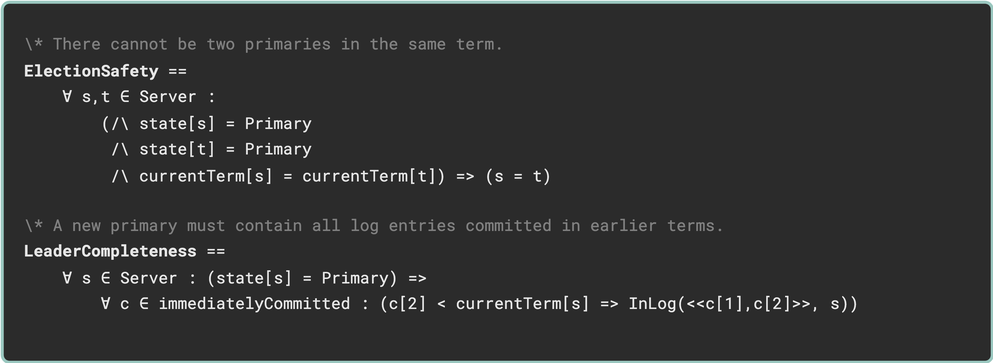
This is traces/traces-snippet-0-safety-props.drawio.png from will62794/reconfig-traces, a draw.io export, as it was before one commit. Source tidied: cells renumbered, new cells last; positions are measured from the earlier drawing's top-left corner, leaving out a move shared by most shapes. Source of this version:
```xml
<mxGraphModel>
  <root>
    <mxCell id="0" />
    <mxCell id="1" parent="0" />
    <mxCell id="2" value="&lt;span style=&quot;&quot; id=&quot;docs-internal-guid-955c089a-7fff-785c-a062-aca5ab7f73e9&quot;&gt;&lt;font style=&quot;&quot;&gt;&lt;p dir=&quot;ltr&quot; style=&quot;font-weight: normal; line-height: 1.38; margin-top: 0pt; margin-bottom: 0pt;&quot;&gt;&lt;span style=&quot;background-color: transparent; color: rgb(128, 128, 128); font-family: &amp;quot;Roboto Mono&amp;quot;, monospace; font-size: 8pt; white-space-collapse: preserve;&quot;&gt;\* There cannot be two primaries in the same term.&lt;/span&gt;&lt;/p&gt;&lt;p style=&quot;line-height: 1.38; margin-top: 0pt; margin-bottom: 0pt; color: rgb(230, 230, 230);&quot; dir=&quot;ltr&quot;&gt;&lt;font face=&quot;Roboto Mono, monospace&quot; color=&quot;#e6e6e6&quot;&gt;&lt;span style=&quot;font-size: 10.6667px; white-space-collapse: preserve;&quot;&gt;&lt;b&gt;ElectionSafety&lt;/b&gt; ==&amp;nbsp;&lt;/span&gt;&lt;/font&gt;&lt;/p&gt;&lt;p style=&quot;line-height: 1.38; margin-top: 0pt; margin-bottom: 0pt; color: rgb(230, 230, 230);&quot; dir=&quot;ltr&quot;&gt;&lt;font face=&quot;Roboto Mono, monospace&quot; color=&quot;#e6e6e6&quot;&gt;&lt;span style=&quot;font-size: 10.6667px; white-space-collapse: preserve;&quot;&gt;&amp;nbsp; &amp;nbsp; &lt;/span&gt;&lt;/font&gt;&lt;span style=&quot;background-color: transparent; font-size: 10.6667px; white-space-collapse: preserve;&quot;&gt;&lt;font face=&quot;Roboto Mono, monospace&quot; color=&quot;#e6e6e6&quot;&gt;∀&lt;/font&gt;&lt;/span&gt;&lt;span style=&quot;color: rgb(230, 230, 230); font-size: 10.6667px; white-space-collapse: preserve; font-family: &amp;quot;Roboto Mono&amp;quot;, monospace; background-color: transparent;&quot;&gt; s,t &lt;/span&gt;&lt;span style=&quot;font-family: &amp;quot;Roboto Mono&amp;quot;, monospace; font-size: 10.6667px; white-space-collapse: preserve; background-color: transparent;&quot;&gt;∈&lt;/span&gt;&lt;span style=&quot;background-color: transparent; font-family: &amp;quot;Roboto Mono&amp;quot;, monospace; font-size: 10.6667px; white-space-collapse: preserve;&quot;&gt; Server :&lt;/span&gt;&lt;/p&gt;&lt;p style=&quot;line-height: 1.38; margin-top: 0pt; margin-bottom: 0pt; color: rgb(230, 230, 230);&quot; dir=&quot;ltr&quot;&gt;&lt;font face=&quot;Roboto Mono, monospace&quot; color=&quot;#e6e6e6&quot;&gt;&lt;span style=&quot;font-size: 10.6667px; white-space-collapse: preserve;&quot;&gt;&amp;nbsp; &amp;nbsp; &amp;nbsp; &amp;nbsp; (/\ state[s] = Primary&amp;nbsp;&lt;/span&gt;&lt;/font&gt;&lt;/p&gt;&lt;p style=&quot;line-height: 1.38; margin-top: 0pt; margin-bottom: 0pt; color: rgb(230, 230, 230);&quot; dir=&quot;ltr&quot;&gt;&lt;font face=&quot;Roboto Mono, monospace&quot; color=&quot;#e6e6e6&quot;&gt;&lt;span style=&quot;font-size: 10.6667px; white-space-collapse: preserve;&quot;&gt;&amp;nbsp; &amp;nbsp; &amp;nbsp; &amp;nbsp; &amp;nbsp;/\ state[t] = Primary&lt;/span&gt;&lt;/font&gt;&lt;/p&gt;&lt;p style=&quot;line-height: 1.38; margin-top: 0pt; margin-bottom: 0pt; color: rgb(230, 230, 230);&quot; dir=&quot;ltr&quot;&gt;&lt;span style=&quot;font-size: 10.6667px; white-space-collapse: preserve;&quot;&gt;&lt;font face=&quot;Roboto Mono, monospace&quot; color=&quot;#e6e6e6&quot;&gt;&lt;/font&gt;&lt;/span&gt;&lt;/p&gt;&lt;p style=&quot;line-height: 1.38; margin-top: 0pt; margin-bottom: 0pt; color: rgb(230, 230, 230);&quot; dir=&quot;ltr&quot;&gt;&lt;font face=&quot;Roboto Mono, monospace&quot; color=&quot;#e6e6e6&quot;&gt;&lt;span style=&quot;font-size: 10.6667px; white-space-collapse: preserve;&quot;&gt;&amp;nbsp; &amp;nbsp; &amp;nbsp; &amp;nbsp; &amp;nbsp;/\ currentTerm[s] = currentTerm[t]) =&amp;gt; (s = t)&lt;/span&gt;&lt;/font&gt;&lt;/p&gt;&lt;p style=&quot;line-height: 1.38; margin-top: 0pt; margin-bottom: 0pt; color: rgb(230, 230, 230);&quot; dir=&quot;ltr&quot;&gt;&lt;br&gt;&lt;/p&gt;&lt;p style=&quot;line-height: 1.38; margin-top: 0pt; margin-bottom: 0pt;&quot; dir=&quot;ltr&quot;&gt;&lt;span style=&quot;color: rgb(128, 128, 128); background-color: transparent; font-family: &amp;quot;Roboto Mono&amp;quot;, monospace; font-size: 8pt; white-space-collapse: preserve;&quot;&gt;\* A new primary must contain all log entries committed in earlier terms.&lt;/span&gt;&lt;/p&gt;&lt;p style=&quot;line-height: 1.38; margin-top: 0pt; margin-bottom: 0pt; color: rgb(230, 230, 230);&quot; dir=&quot;ltr&quot;&gt;&lt;font face=&quot;Roboto Mono, monospace&quot; color=&quot;#e6e6e6&quot;&gt;&lt;span style=&quot;font-size: 10.6667px; white-space-collapse: preserve;&quot;&gt;&lt;b&gt;LeaderCompleteness&lt;/b&gt; == &lt;br&gt;    &lt;/span&gt;&lt;/font&gt;&lt;span style=&quot;background-color: transparent; font-size: 10.6667px; white-space-collapse: preserve;&quot;&gt;&lt;font face=&quot;Roboto Mono, monospace&quot; color=&quot;#e6e6e6&quot;&gt;∀&lt;/font&gt;&lt;/span&gt;&lt;span style=&quot;color: rgb(230, 230, 230); font-size: 10.6667px; white-space-collapse: preserve; font-family: &amp;quot;Roboto Mono&amp;quot;, monospace; background-color: transparent;&quot;&gt; s &lt;/span&gt;&lt;span style=&quot;font-family: &amp;quot;Roboto Mono&amp;quot;, monospace; font-size: 10.6667px; white-space-collapse: preserve; background-color: transparent;&quot;&gt;∈&lt;/span&gt;&lt;span style=&quot;background-color: transparent; font-family: &amp;quot;Roboto Mono&amp;quot;, monospace; font-size: 10.6667px; white-space-collapse: preserve;&quot;&gt; Server : (state[s] = Primary) =&amp;gt; &lt;/span&gt;&lt;/p&gt;&lt;p style=&quot;line-height: 1.38; margin-top: 0pt; margin-bottom: 0pt; color: rgb(230, 230, 230);&quot; dir=&quot;ltr&quot;&gt;&lt;font face=&quot;Roboto Mono, monospace&quot; color=&quot;#e6e6e6&quot;&gt;&lt;span style=&quot;font-size: 10.6667px; white-space-collapse: preserve;&quot;&gt;        &lt;/span&gt;&lt;/font&gt;&lt;span style=&quot;background-color: transparent; font-size: 10.6667px; white-space-collapse: preserve;&quot;&gt;&lt;font face=&quot;Roboto Mono, monospace&quot; color=&quot;#e6e6e6&quot;&gt;∀&lt;/font&gt;&lt;/span&gt;&lt;span style=&quot;color: rgb(230, 230, 230); font-size: 10.6667px; white-space-collapse: preserve; font-family: &amp;quot;Roboto Mono&amp;quot;, monospace; background-color: transparent;&quot;&gt; c ∈ immediatelyCommitted : (c[2] &amp;lt; currentTerm[s] =&amp;gt; InLog(&amp;lt;&amp;lt;c[1],c[2]&amp;gt;&amp;gt;, s))&lt;/span&gt;&lt;/p&gt;&lt;/font&gt;&lt;/span&gt;" style="text;whiteSpace=wrap;html=1;fillColor=light-dark(#2B2B2B,#282A35);perimeterSpacing=0;strokeColor=#9AC7BF;strokeWidth=2;rounded=1;arcSize=2;spacingLeft=0;spacing=15;" parent="1" vertex="1">
      <mxGeometry width="660" height="240" as="geometry" />
    </mxCell>
  </root>
</mxGraphModel>
```
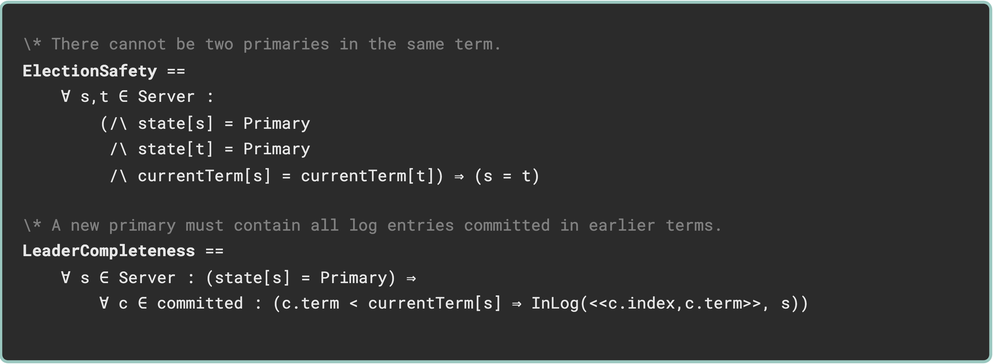
After the change.

The edit, as a diff of the source:
```diff
@@ -2,7 +2,7 @@
   <root>
     <mxCell id="0" />
     <mxCell id="1" parent="0" />
-    <mxCell id="2" value="&lt;span style=&quot;&quot; id=&quot;docs-internal-guid-955c089a-7fff-785c-a062-aca5ab7f73e9&quot;&gt;&lt;font style=&quot;&quot;&gt;&lt;p dir=&quot;ltr&quot; style=&quot;font-weight: normal; line-height: 1.38; margin-top: 0pt; margin-bottom: 0pt;&quot;&gt;&lt;span style=&quot;background-color: transparent; color: rgb(128, 128, 128); font-family: &amp;quot;Roboto Mono&amp;quot;, monospace; font-size: 8pt; white-space-collapse: preserve;&quot;&gt;\* There cannot be two primaries in the same term.&lt;/span&gt;&lt;/p&gt;&lt;p style=&quot;line-height: 1.38; margin-top: 0pt; margin-bottom: 0pt; color: rgb(230, 230, 230);&quot; dir=&quot;ltr&quot;&gt;&lt;font face=&quot;Roboto Mono, monospace&quot; color=&quot;#e6e6e6&quot;&gt;&lt;span style=&quot;font-size: 10.6667px; white-space-collapse: preserve;&quot;&gt;&lt;b&gt;ElectionSafety&lt;/b&gt; ==&amp;nbsp;&lt;/span&gt;&lt;/font&gt;&lt;/p&gt;&lt;p style=&quot;line-height: 1.38; margin-top: 0pt; margin-bottom: 0pt; color: rgb(230, 230, 230);&quot; dir=&quot;ltr&quot;&gt;&lt;font face=&quot;Roboto Mono, monospace&quot; color=&quot;#e6e6e6&quot;&gt;&lt;span style=&quot;font-size: 10.6667px; white-space-collapse: preserve;&quot;&gt;&amp;nbsp; &amp;nbsp; &lt;/span&gt;&lt;/font&gt;&lt;span style=&quot;background-color: transparent; font-size: 10.6667px; white-space-collapse: preserve;&quot;&gt;&lt;font face=&quot;Roboto Mono, monospace&quot; color=&quot;#e6e6e6&quot;&gt;∀&lt;/font&gt;&lt;/span&gt;&lt;span style=&quot;color: rgb(230, 230, 230); font-size: 10.6667px; white-space-collapse: preserve; font-family: &amp;quot;Roboto Mono&amp;quot;, monospace; background-color: transparent;&quot;&gt; s,t &lt;/span&gt;&lt;span style=&quot;font-family: &amp;quot;Roboto Mono&amp;quot;, monospace; font-size: 10.6667px; white-space-collapse: preserve; background-color: transparent;&quot;&gt;∈&lt;/span&gt;&lt;span style=&quot;background-color: transparent; font-family: &amp;quot;Roboto Mono&amp;quot;, monospace; font-size: 10.6667px; white-space-collapse: preserve;&quot;&gt; Server :&lt;/span&gt;&lt;/p&gt;&lt;p style=&quot;line-height: 1.38; margin-top: 0pt; margin-bottom: 0pt; color: rgb(230, 230, 230);&quot; dir=&quot;ltr&quot;&gt;&lt;font face=&quot;Roboto Mono, monospace&quot; color=&quot;#e6e6e6&quot;&gt;&lt;span style=&quot;font-size: 10.6667px; white-space-collapse: preserve;&quot;&gt;&amp;nbsp; &amp;nbsp; &amp;nbsp; &amp;nbsp; (/\ state[s] = Primary&amp;nbsp;&lt;/span&gt;&lt;/font&gt;&lt;/p&gt;&lt;p style=&quot;line-height: 1.38; margin-top: 0pt; margin-bottom: 0pt; color: rgb(230, 230, 230);&quot; dir=&quot;ltr&quot;&gt;&lt;font face=&quot;Roboto Mono, monospace&quot; color=&quot;#e6e6e6&quot;&gt;&lt;span style=&quot;font-size: 10.6667px; white-space-collapse: preserve;&quot;&gt;&amp;nbsp; &amp;nbsp; &amp;nbsp; &amp;nbsp; &amp;nbsp;/\ state[t] = Primary&lt;/span&gt;&lt;/font&gt;&lt;/p&gt;&lt;p style=&quot;line-height: 1.38; margin-top: 0pt; margin-bottom: 0pt; color: rgb(230, 230, 230);&quot; dir=&quot;ltr&quot;&gt;&lt;span style=&quot;font-size: 10.6667px; white-space-collapse: preserve;&quot;&gt;&lt;font face=&quot;Roboto Mono, monospace&quot; color=&quot;#e6e6e6&quot;&gt;&lt;/font&gt;&lt;/span&gt;&lt;/p&gt;&lt;p style=&quot;line-height: 1.38; margin-top: 0pt; margin-bottom: 0pt; color: rgb(230, 230, 230);&quot; dir=&quot;ltr&quot;&gt;&lt;font face=&quot;Roboto Mono, monospace&quot; color=&quot;#e6e6e6&quot;&gt;&lt;span style=&quot;font-size: 10.6667px; white-space-collapse: preserve;&quot;&gt;&amp;nbsp; &amp;nbsp; &amp;nbsp; &amp;nbsp; &amp;nbsp;/\ currentTerm[s] = currentTerm[t]) =&amp;gt; (s = t)&lt;/span&gt;&lt;/font&gt;&lt;/p&gt;&lt;p style=&quot;line-height: 1.38; margin-top: 0pt; margin-bottom: 0pt; color: rgb(230, 230, 230);&quot; dir=&quot;ltr&quot;&gt;&lt;br&gt;&lt;/p&gt;&lt;p style=&quot;line-height: 1.38; margin-top: 0pt; margin-bottom: 0pt;&quot; dir=&quot;ltr&quot;&gt;&lt;span style=&quot;color: rgb(128, 128, 128); background-color: transparent; font-family: &amp;quot;Roboto Mono&amp;quot;, monospace; font-size: 8pt; white-space-collapse: preserve;&quot;&gt;\* A new primary must contain all log entries committed in earlier terms.&lt;/span&gt;&lt;/p&gt;&lt;p style=&quot;line-height: 1.38; margin-top: 0pt; margin-bottom: 0pt; color: rgb(230, 230, 230);&quot; dir=&quot;ltr&quot;&gt;&lt;font face=&quot;Roboto Mono, monospace&quot; color=&quot;#e6e6e6&quot;&gt;&lt;span style=&quot;font-size: 10.6667px; white-space-collapse: preserve;&quot;&gt;&lt;b&gt;LeaderCompleteness&lt;/b&gt; == &lt;br&gt;    &lt;/span&gt;&lt;/font&gt;&lt;span style=&quot;background-color: transparent; font-size: 10.6667px; white-space-collapse: preserve;&quot;&gt;&lt;font face=&quot;Roboto Mono, monospace&quot; color=&quot;#e6e6e6&quot;&gt;∀&lt;/font&gt;&lt;/span&gt;&lt;span style=&quot;color: rgb(230, 230, 230); font-size: 10.6667px; white-space-collapse: preserve; font-family: &amp;quot;Roboto Mono&amp;quot;, monospace; background-color: transparent;&quot;&gt; s &lt;/span&gt;&lt;span style=&quot;font-family: &amp;quot;Roboto Mono&amp;quot;, monospace; font-size: 10.6667px; white-space-collapse: preserve; background-color: transparent;&quot;&gt;∈&lt;/span&gt;&lt;span style=&quot;background-color: transparent; font-family: &amp;quot;Roboto Mono&amp;quot;, monospace; font-size: 10.6667px; white-space-collapse: preserve;&quot;&gt; Server : (state[s] = Primary) =&amp;gt; &lt;/span&gt;&lt;/p&gt;&lt;p style=&quot;line-height: 1.38; margin-top: 0pt; margin-bottom: 0pt; color: rgb(230, 230, 230);&quot; dir=&quot;ltr&quot;&gt;&lt;font face=&quot;Roboto Mono, monospace&quot; color=&quot;#e6e6e6&quot;&gt;&lt;span style=&quot;font-size: 10.6667px; white-space-collapse: preserve;&quot;&gt;        &lt;/span&gt;&lt;/font&gt;&lt;span style=&quot;background-color: transparent; font-size: 10.6667px; white-space-collapse: preserve;&quot;&gt;&lt;font face=&quot;Roboto Mono, monospace&quot; color=&quot;#e6e6e6&quot;&gt;∀&lt;/font&gt;&lt;/span&gt;&lt;span style=&quot;color: rgb(230, 230, 230); font-size: 10.6667px; white-space-collapse: preserve; font-family: &amp;quot;Roboto Mono&amp;quot;, monospace; background-color: transparent;&quot;&gt; c ∈ immediatelyCommitted : (c[2] &amp;lt; currentTerm[s] =&amp;gt; InLog(&amp;lt;&amp;lt;c[1],c[2]&amp;gt;&amp;gt;, s))&lt;/span&gt;&lt;/p&gt;&lt;/font&gt;&lt;/span&gt;" style="text;whiteSpace=wrap;html=1;fillColor=light-dark(#2B2B2B,#282A35);perimeterSpacing=0;strokeColor=#9AC7BF;strokeWidth=2;rounded=1;arcSize=2;spacingLeft=0;spacing=15;" parent="1" vertex="1">
+    <mxCell id="2" value="&lt;span style=&quot;&quot; id=&quot;docs-internal-guid-955c089a-7fff-785c-a062-aca5ab7f73e9&quot;&gt;&lt;font style=&quot;&quot;&gt;&lt;p dir=&quot;ltr&quot; style=&quot;font-weight: normal; line-height: 1.38; margin-top: 0pt; margin-bottom: 0pt;&quot;&gt;&lt;span style=&quot;background-color: transparent; color: rgb(128, 128, 128); font-family: &amp;quot;Roboto Mono&amp;quot;, monospace; font-size: 8pt; white-space-collapse: preserve;&quot;&gt;\* There cannot be two primaries in the same term.&lt;/span&gt;&lt;/p&gt;&lt;p style=&quot;line-height: 1.38; margin-top: 0pt; margin-bottom: 0pt; color: rgb(230, 230, 230);&quot; dir=&quot;ltr&quot;&gt;&lt;font face=&quot;Roboto Mono, monospace&quot; color=&quot;#e6e6e6&quot;&gt;&lt;span style=&quot;font-size: 10.6667px; white-space-collapse: preserve;&quot;&gt;&lt;b&gt;ElectionSafety&lt;/b&gt; ==&amp;nbsp;&lt;/span&gt;&lt;/font&gt;&lt;/p&gt;&lt;p style=&quot;line-height: 1.38; margin-top: 0pt; margin-bottom: 0pt; color: rgb(230, 230, 230);&quot; dir=&quot;ltr&quot;&gt;&lt;font face=&quot;Roboto Mono, monospace&quot; color=&quot;#e6e6e6&quot;&gt;&lt;span style=&quot;font-size: 10.6667px; white-space-collapse: preserve;&quot;&gt;&amp;nbsp; &amp;nbsp; &lt;/span&gt;&lt;/font&gt;&lt;span style=&quot;background-color: transparent; font-size: 10.6667px; white-space-collapse: preserve;&quot;&gt;&lt;font face=&quot;Roboto Mono, monospace&quot; color=&quot;#e6e6e6&quot;&gt;∀&lt;/font&gt;&lt;/span&gt;&lt;span style=&quot;color: rgb(230, 230, 230); font-size: 10.6667px; white-space-collapse: preserve; font-family: &amp;quot;Roboto Mono&amp;quot;, monospace; background-color: transparent;&quot;&gt; s,t &lt;/span&gt;&lt;span style=&quot;font-family: &amp;quot;Roboto Mono&amp;quot;, monospace; font-size: 10.6667px; white-space-collapse: preserve; background-color: transparent;&quot;&gt;∈&lt;/span&gt;&lt;span style=&quot;background-color: transparent; font-family: &amp;quot;Roboto Mono&amp;quot;, monospace; font-size: 10.6667px; white-space-collapse: preserve;&quot;&gt; Server :&lt;/span&gt;&lt;/p&gt;&lt;p style=&quot;line-height: 1.38; margin-top: 0pt; margin-bottom: 0pt; color: rgb(230, 230, 230);&quot; dir=&quot;ltr&quot;&gt;&lt;font face=&quot;Roboto Mono, monospace&quot; color=&quot;#e6e6e6&quot;&gt;&lt;span style=&quot;font-size: 10.6667px; white-space-collapse: preserve;&quot;&gt;&amp;nbsp; &amp;nbsp; &amp;nbsp; &amp;nbsp; (/\ state[s] = Primary&amp;nbsp;&lt;/span&gt;&lt;/font&gt;&lt;/p&gt;&lt;p style=&quot;line-height: 1.38; margin-top: 0pt; margin-bottom: 0pt; color: rgb(230, 230, 230);&quot; dir=&quot;ltr&quot;&gt;&lt;font face=&quot;Roboto Mono, monospace&quot; color=&quot;#e6e6e6&quot;&gt;&lt;span style=&quot;font-size: 10.6667px; white-space-collapse: preserve;&quot;&gt;&amp;nbsp; &amp;nbsp; &amp;nbsp; &amp;nbsp; &amp;nbsp;/\ state[t] = Primary&lt;/span&gt;&lt;/font&gt;&lt;/p&gt;&lt;p style=&quot;line-height: 1.38; margin-top: 0pt; margin-bottom: 0pt; color: rgb(230, 230, 230);&quot; dir=&quot;ltr&quot;&gt;&lt;span style=&quot;font-size: 10.6667px; white-space-collapse: preserve;&quot;&gt;&lt;font face=&quot;Roboto Mono, monospace&quot; color=&quot;#e6e6e6&quot;&gt;&lt;/font&gt;&lt;/span&gt;&lt;/p&gt;&lt;p style=&quot;line-height: 1.38; margin-top: 0pt; margin-bottom: 0pt; color: rgb(230, 230, 230);&quot; dir=&quot;ltr&quot;&gt;&lt;font face=&quot;Roboto Mono, monospace&quot; color=&quot;#e6e6e6&quot;&gt;&lt;span style=&quot;font-size: 10.6667px; white-space-collapse: preserve;&quot;&gt;&amp;nbsp; &amp;nbsp; &amp;nbsp; &amp;nbsp; &amp;nbsp;/\ currentTerm[s] = currentTerm[t]) &lt;/span&gt;&lt;/font&gt;&lt;span style=&quot;background-color: transparent; font-size: 10.6667px; white-space-collapse: preserve;&quot;&gt;&lt;font face=&quot;Roboto Mono, monospace&quot; color=&quot;#e6e6e6&quot;&gt;⇒&lt;/font&gt;&lt;/span&gt;&lt;span style=&quot;color: rgb(230, 230, 230); font-size: 10.6667px; white-space-collapse: preserve; font-family: &amp;quot;Roboto Mono&amp;quot;, monospace; background-color: transparent;&quot;&gt; (s = t)&lt;/span&gt;&lt;/p&gt;&lt;p style=&quot;line-height: 1.38; margin-top: 0pt; margin-bottom: 0pt; color: rgb(230, 230, 230);&quot; dir=&quot;ltr&quot;&gt;&lt;br&gt;&lt;/p&gt;&lt;p style=&quot;line-height: 1.38; margin-top: 0pt; margin-bottom: 0pt;&quot; dir=&quot;ltr&quot;&gt;&lt;span style=&quot;color: rgb(128, 128, 128); background-color: transparent; font-family: &amp;quot;Roboto Mono&amp;quot;, monospace; font-size: 8pt; white-space-collapse: preserve;&quot;&gt;\* A new primary must contain all log entries committed in earlier terms.&lt;/span&gt;&lt;/p&gt;&lt;p style=&quot;line-height: 1.38; margin-top: 0pt; margin-bottom: 0pt; color: rgb(230, 230, 230);&quot; dir=&quot;ltr&quot;&gt;&lt;font face=&quot;Roboto Mono, monospace&quot; color=&quot;#e6e6e6&quot;&gt;&lt;span style=&quot;font-size: 10.6667px; white-space-collapse: preserve;&quot;&gt;&lt;b&gt;LeaderCompleteness&lt;/b&gt; == &lt;br&gt;    &lt;/span&gt;&lt;/font&gt;&lt;span style=&quot;background-color: transparent; font-size: 10.6667px; white-space-collapse: preserve;&quot;&gt;&lt;font face=&quot;Roboto Mono, monospace&quot; color=&quot;#e6e6e6&quot;&gt;∀&lt;/font&gt;&lt;/span&gt;&lt;span style=&quot;color: rgb(230, 230, 230); font-size: 10.6667px; white-space-collapse: preserve; font-family: &amp;quot;Roboto Mono&amp;quot;, monospace; background-color: transparent;&quot;&gt; s &lt;/span&gt;&lt;span style=&quot;font-family: &amp;quot;Roboto Mono&amp;quot;, monospace; font-size: 10.6667px; white-space-collapse: preserve; background-color: transparent;&quot;&gt;∈&lt;/span&gt;&lt;span style=&quot;background-color: transparent; font-family: &amp;quot;Roboto Mono&amp;quot;, monospace; font-size: 10.6667px; white-space-collapse: preserve;&quot;&gt; Server : (state[s] = Primary) &lt;/span&gt;&lt;span style=&quot;font-family: &amp;quot;Roboto Mono&amp;quot;, monospace; font-size: 10.6667px; white-space-collapse: preserve; background-color: transparent;&quot;&gt;⇒&lt;/span&gt;&lt;span style=&quot;background-color: transparent; font-family: &amp;quot;Roboto Mono&amp;quot;, monospace; font-size: 10.6667px; white-space-collapse: preserve;&quot;&gt; &lt;/span&gt;&lt;/p&gt;&lt;p style=&quot;line-height: 1.38; margin-top: 0pt; margin-bottom: 0pt; color: rgb(230, 230, 230);&quot; dir=&quot;ltr&quot;&gt;&lt;font face=&quot;Roboto Mono, monospace&quot; color=&quot;#e6e6e6&quot;&gt;&lt;span style=&quot;font-size: 10.6667px; white-space-collapse: preserve;&quot;&gt;        &lt;/span&gt;&lt;/font&gt;&lt;span style=&quot;background-color: transparent; font-size: 10.6667px; white-space-collapse: preserve;&quot;&gt;&lt;font face=&quot;Roboto Mono, monospace&quot; color=&quot;#e6e6e6&quot;&gt;∀&lt;/font&gt;&lt;/span&gt;&lt;span style=&quot;color: rgb(230, 230, 230); font-size: 10.6667px; white-space-collapse: preserve; font-family: &amp;quot;Roboto Mono&amp;quot;, monospace; background-color: transparent;&quot;&gt; c ∈ committed : (c.term &amp;lt; currentTerm[s] &lt;/span&gt;&lt;span style=&quot;font-family: &amp;quot;Roboto Mono&amp;quot;, monospace; font-size: 10.6667px; white-space-collapse: preserve; background-color: transparent;&quot;&gt;⇒&lt;/span&gt;&lt;span style=&quot;background-color: transparent; font-family: &amp;quot;Roboto Mono&amp;quot;, monospace; font-size: 10.6667px; white-space-collapse: preserve;&quot;&gt; InLog(&amp;lt;&amp;lt;c.index,c.term&amp;gt;&amp;gt;, s))&lt;/span&gt;&lt;/p&gt;&lt;/font&gt;&lt;/span&gt;" style="text;whiteSpace=wrap;html=1;fillColor=light-dark(#2B2B2B,#282A35);perimeterSpacing=0;strokeColor=#9AC7BF;strokeWidth=2;rounded=1;arcSize=2;spacingLeft=0;spacing=15;" parent="1" vertex="1">
       <mxGeometry width="660" height="240" as="geometry" />
     </mxCell>
   </root>
```
